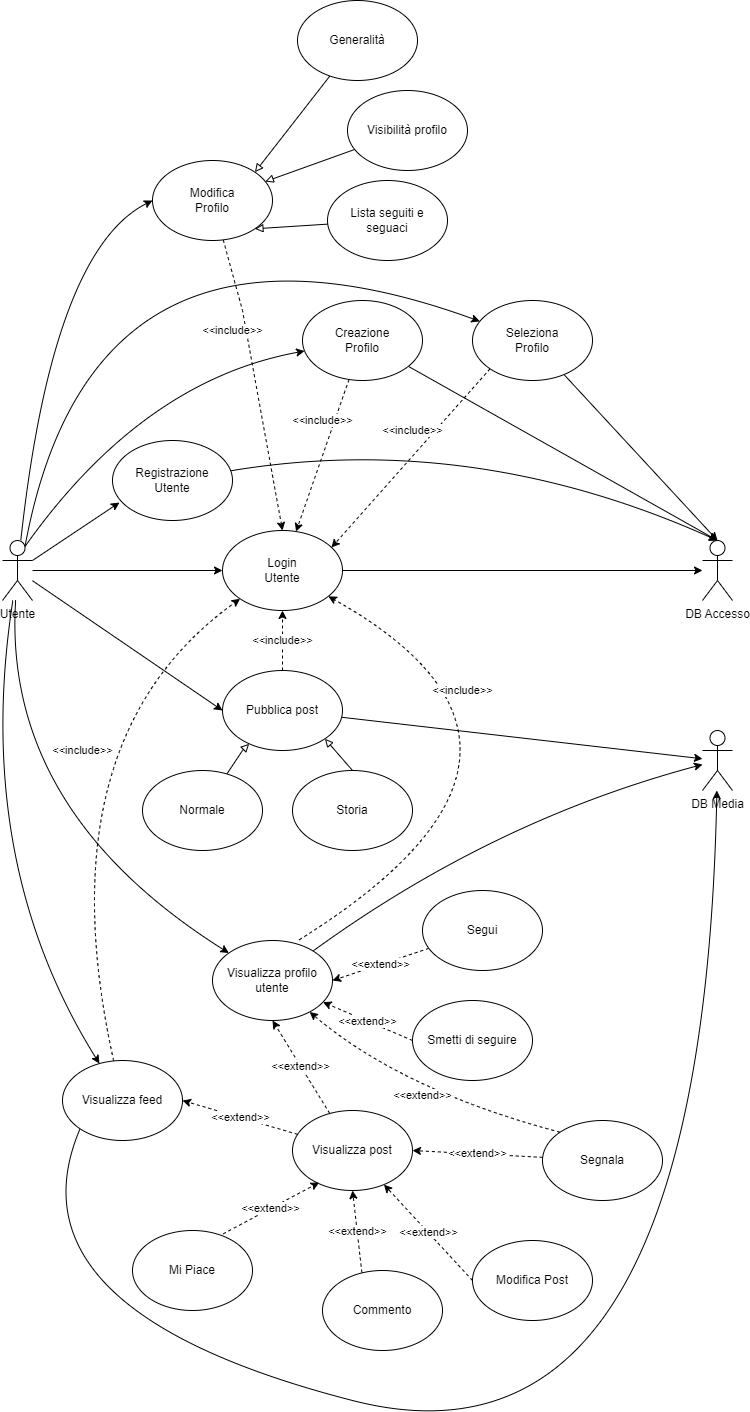
sergiostefanizzi/socialMicroservicesDocs keeps this draw.io diagram as docs/use_case_social_user.png. Above is the earlier version. Source tidied: cells renumbered, new cells last; positions are measured from the earlier drawing's top-left corner, leaving out a move shared by most shapes. The source it was exported from:
```xml
<mxGraphModel>
  <root>
    <mxCell id="0" />
    <mxCell id="1" parent="0" />
    <mxCell id="2" style="rounded=0;jettySize=auto;html=1;" parent="1" edge="1" source="10" target="12">
      <mxGeometry relative="1" as="geometry" />
    </mxCell>
    <mxCell id="3" style="jettySize=auto;html=1;entryX=0;entryY=0.5;entryDx=0;entryDy=0;curved=1;" parent="1" edge="1" source="10" target="17">
      <mxGeometry relative="1" as="geometry">
        <Array as="points">
          <mxPoint x="80" y="250" />
        </Array>
      </mxGeometry>
    </mxCell>
    <mxCell id="4" style="rounded=0;jettySize=auto;html=1;entryX=0;entryY=0.5;entryDx=0;entryDy=0;" parent="1" edge="1" source="10" target="26">
      <mxGeometry relative="1" as="geometry" />
    </mxCell>
    <mxCell id="5" style="jettySize=auto;html=1;curved=1;" parent="1" edge="1" source="10" target="33">
      <mxGeometry relative="1" as="geometry">
        <Array as="points">
          <mxPoint x="30" y="810" />
        </Array>
      </mxGeometry>
    </mxCell>
    <mxCell id="6" style="jettySize=auto;html=1;curved=1;" parent="1" edge="1" source="10" target="41">
      <mxGeometry relative="1" as="geometry">
        <Array as="points">
          <mxPoint y="860" />
        </Array>
      </mxGeometry>
    </mxCell>
    <mxCell id="7" style="rounded=0;jettySize=auto;html=1;entryX=0.058;entryY=0.775;entryDx=0;entryDy=0;entryPerimeter=0;" parent="1" edge="1" source="10" target="14">
      <mxGeometry relative="1" as="geometry" />
    </mxCell>
    <mxCell id="8" style="jettySize=auto;html=1;exitX=0.75;exitY=0.1;exitDx=0;exitDy=0;exitPerimeter=0;curved=1;" parent="1" edge="1" source="10" target="56">
      <mxGeometry relative="1" as="geometry">
        <Array as="points">
          <mxPoint x="170" y="380" />
        </Array>
      </mxGeometry>
    </mxCell>
    <mxCell id="9" style="jettySize=auto;html=1;exitX=0.75;exitY=0.1;exitDx=0;exitDy=0;exitPerimeter=0;curved=1;" parent="1" edge="1" source="10" target="59">
      <mxGeometry relative="1" as="geometry">
        <Array as="points">
          <mxPoint x="120" y="180" />
        </Array>
      </mxGeometry>
    </mxCell>
    <mxCell id="10" value="Utente" style="shape=umlActor;verticalLabelPosition=bottom;verticalAlign=top;html=1;outlineConnect=0;" parent="1" vertex="1">
      <mxGeometry x="30" y="540" width="30" height="60" as="geometry" />
    </mxCell>
    <mxCell id="11" style="edgeStyle=orthogonalEdgeStyle;rounded=0;jettySize=auto;html=1;" parent="1" edge="1" source="12" target="15">
      <mxGeometry relative="1" as="geometry" />
    </mxCell>
    <mxCell id="12" value="Login&lt;br&gt;Utente" style="ellipse;whiteSpace=wrap;html=1;" parent="1" vertex="1">
      <mxGeometry x="250" y="530" width="120" height="80" as="geometry" />
    </mxCell>
    <mxCell id="13" style="jettySize=auto;html=1;entryX=0.5;entryY=0;entryDx=0;entryDy=0;entryPerimeter=0;curved=1;" parent="1" edge="1" source="14" target="15">
      <mxGeometry relative="1" as="geometry">
        <Array as="points">
          <mxPoint x="500" y="430" />
        </Array>
      </mxGeometry>
    </mxCell>
    <mxCell id="14" value="Registrazione&lt;br&gt;Utente" style="ellipse;whiteSpace=wrap;html=1;" parent="1" vertex="1">
      <mxGeometry x="140" y="440" width="120" height="80" as="geometry" />
    </mxCell>
    <mxCell id="15" value="DB Accesso" style="shape=umlActor;verticalLabelPosition=bottom;verticalAlign=top;html=1;outlineConnect=0;" parent="1" vertex="1">
      <mxGeometry x="730" y="540" width="30" height="60" as="geometry" />
    </mxCell>
    <mxCell id="16" value="&amp;lt;&amp;lt;include&amp;gt;&amp;gt;" style="rounded=0;jettySize=auto;html=1;dashed=1;entryX=0.5;entryY=0;entryDx=0;entryDy=0;" parent="1" edge="1" source="17" target="12">
      <mxGeometry x="-0.39" y="-13" relative="1" as="geometry">
        <Array as="points">
          <mxPoint x="270" y="310" />
        </Array>
      </mxGeometry>
    </mxCell>
    <mxCell id="17" value="Modifica&lt;br&gt;Profilo" style="ellipse;whiteSpace=wrap;html=1;" parent="1" vertex="1">
      <mxGeometry x="180" y="160" width="120" height="80" as="geometry" />
    </mxCell>
    <mxCell id="18" style="rounded=0;jettySize=auto;html=1;entryX=1;entryY=0;entryDx=0;entryDy=0;endArrow=block;endFill=0;" parent="1" edge="1" source="19" target="17">
      <mxGeometry relative="1" as="geometry" />
    </mxCell>
    <mxCell id="19" value="Generalità" style="ellipse;whiteSpace=wrap;html=1;" parent="1" vertex="1">
      <mxGeometry x="325" width="120" height="80" as="geometry" />
    </mxCell>
    <mxCell id="20" style="rounded=0;jettySize=auto;html=1;endArrow=block;endFill=0;" parent="1" edge="1" source="21" target="17">
      <mxGeometry relative="1" as="geometry" />
    </mxCell>
    <mxCell id="21" value="Visibilità profilo" style="ellipse;whiteSpace=wrap;html=1;" parent="1" vertex="1">
      <mxGeometry x="375" y="90" width="120" height="80" as="geometry" />
    </mxCell>
    <mxCell id="22" style="rounded=0;jettySize=auto;html=1;entryX=1;entryY=1;entryDx=0;entryDy=0;endArrow=block;endFill=0;" parent="1" edge="1" source="23" target="17">
      <mxGeometry relative="1" as="geometry" />
    </mxCell>
    <mxCell id="23" value="Lista seguiti e seguaci" style="ellipse;whiteSpace=wrap;html=1;" parent="1" vertex="1">
      <mxGeometry x="355" y="180" width="120" height="80" as="geometry" />
    </mxCell>
    <mxCell id="24" value="&amp;lt;&amp;lt;include&amp;gt;&amp;gt;" style="rounded=0;jettySize=auto;html=1;entryX=0.5;entryY=1;entryDx=0;entryDy=0;dashed=1;" parent="1" edge="1" source="26" target="12">
      <mxGeometry relative="1" as="geometry" />
    </mxCell>
    <mxCell id="25" style="rounded=0;jettySize=auto;html=1;" parent="1" edge="1" source="26" target="31">
      <mxGeometry relative="1" as="geometry" />
    </mxCell>
    <mxCell id="26" value="Pubblica post" style="ellipse;whiteSpace=wrap;html=1;" parent="1" vertex="1">
      <mxGeometry x="250" y="670" width="120" height="80" as="geometry" />
    </mxCell>
    <mxCell id="27" style="rounded=0;jettySize=auto;html=1;endArrow=block;endFill=0;" parent="1" edge="1" source="28" target="26">
      <mxGeometry relative="1" as="geometry">
        <Array as="points">
          <mxPoint x="270" y="750" />
        </Array>
      </mxGeometry>
    </mxCell>
    <mxCell id="28" value="Normale" style="ellipse;whiteSpace=wrap;html=1;" parent="1" vertex="1">
      <mxGeometry x="170" y="770" width="120" height="80" as="geometry" />
    </mxCell>
    <mxCell id="29" style="rounded=0;jettySize=auto;html=1;exitX=0.5;exitY=0;exitDx=0;exitDy=0;entryX=1;entryY=1;entryDx=0;entryDy=0;endArrow=block;endFill=0;" parent="1" edge="1" source="30" target="26">
      <mxGeometry relative="1" as="geometry" />
    </mxCell>
    <mxCell id="30" value="Storia" style="ellipse;whiteSpace=wrap;html=1;" parent="1" vertex="1">
      <mxGeometry x="320" y="770" width="120" height="80" as="geometry" />
    </mxCell>
    <mxCell id="31" value="DB Media" style="shape=umlActor;verticalLabelPosition=bottom;verticalAlign=top;html=1;outlineConnect=0;" parent="1" vertex="1">
      <mxGeometry x="730" y="730" width="30" height="60" as="geometry" />
    </mxCell>
    <mxCell id="32" style="jettySize=auto;html=1;curved=1;" parent="1" edge="1" source="33" target="31">
      <mxGeometry relative="1" as="geometry">
        <Array as="points">
          <mxPoint x="520" y="820" />
        </Array>
      </mxGeometry>
    </mxCell>
    <mxCell id="33" value="Visualizza profilo utente" style="ellipse;whiteSpace=wrap;html=1;" parent="1" vertex="1">
      <mxGeometry x="240" y="940" width="120" height="80" as="geometry" />
    </mxCell>
    <mxCell id="34" value="&amp;lt;&amp;lt;extend&amp;gt;&amp;gt;" style="rounded=0;jettySize=auto;html=1;entryX=1;entryY=0.5;entryDx=0;entryDy=0;dashed=1;" parent="1" edge="1" source="36" target="33">
      <mxGeometry relative="1" as="geometry" />
    </mxCell>
    <mxCell id="35" value="&amp;lt;&amp;lt;include&amp;gt;&amp;gt;" style="jettySize=auto;html=1;dashed=1;curved=1;exitX=0.722;exitY=-0.008;exitDx=0;exitDy=0;exitPerimeter=0;" parent="1" edge="1" source="33" target="12">
      <mxGeometry x="0.51" y="16" relative="1" as="geometry">
        <Array as="points">
          <mxPoint x="630" y="750" />
        </Array>
      </mxGeometry>
    </mxCell>
    <mxCell id="36" value="Segui" style="ellipse;whiteSpace=wrap;html=1;" parent="1" vertex="1">
      <mxGeometry x="450" y="890" width="120" height="80" as="geometry" />
    </mxCell>
    <mxCell id="37" value="&amp;lt;&amp;lt;extend&amp;gt;&amp;gt;" style="rounded=0;jettySize=auto;html=1;exitX=0;exitY=0.5;exitDx=0;exitDy=0;dashed=1;" parent="1" edge="1" source="38" target="33">
      <mxGeometry relative="1" as="geometry" />
    </mxCell>
    <mxCell id="38" value="Smetti di seguire" style="ellipse;whiteSpace=wrap;html=1;" parent="1" vertex="1">
      <mxGeometry x="440" y="1000" width="120" height="80" as="geometry" />
    </mxCell>
    <mxCell id="39" value="&amp;lt;&amp;lt;include&amp;gt;&amp;gt;" style="jettySize=auto;html=1;entryX=0;entryY=1;entryDx=0;entryDy=0;dashed=1;curved=1;" parent="1" edge="1" source="41" target="12">
      <mxGeometry x="0.24" y="-31" relative="1" as="geometry">
        <Array as="points">
          <mxPoint x="70" y="740" />
        </Array>
      </mxGeometry>
    </mxCell>
    <mxCell id="40" style="jettySize=auto;html=1;strokeColor=default;curved=1;exitX=0;exitY=1;exitDx=0;exitDy=0;" parent="1" edge="1" source="41" target="31">
      <mxGeometry relative="1" as="geometry">
        <Array as="points">
          <mxPoint x="30" y="1310" />
          <mxPoint x="730" y="1490" />
        </Array>
      </mxGeometry>
    </mxCell>
    <mxCell id="41" value="Visualizza feed" style="ellipse;whiteSpace=wrap;html=1;" parent="1" vertex="1">
      <mxGeometry x="90" y="1060" width="120" height="80" as="geometry" />
    </mxCell>
    <mxCell id="42" value="&amp;lt;&amp;lt;extend&amp;gt;&amp;gt;" style="rounded=0;jettySize=auto;html=1;entryX=1;entryY=0.5;entryDx=0;entryDy=0;dashed=1;" parent="1" edge="1" source="44" target="41">
      <mxGeometry relative="1" as="geometry" />
    </mxCell>
    <mxCell id="43" value="&amp;lt;&amp;lt;extend&amp;gt;&amp;gt;" style="rounded=0;jettySize=auto;html=1;entryX=0.5;entryY=1;entryDx=0;entryDy=0;dashed=1;" parent="1" edge="1" source="44" target="33">
      <mxGeometry relative="1" as="geometry" />
    </mxCell>
    <mxCell id="44" value="Visualizza post" style="ellipse;whiteSpace=wrap;html=1;" parent="1" vertex="1">
      <mxGeometry x="320" y="1110" width="120" height="80" as="geometry" />
    </mxCell>
    <mxCell id="45" value="&amp;lt;&amp;lt;extend&amp;gt;&amp;gt;" style="rounded=0;jettySize=auto;html=1;exitX=0.756;exitY=0.042;exitDx=0;exitDy=0;entryX=0.222;entryY=0.9;entryDx=0;entryDy=0;entryPerimeter=0;strokeColor=default;endArrow=classic;endFill=1;exitPerimeter=0;dashed=1;" parent="1" edge="1" source="46" target="44">
      <mxGeometry relative="1" as="geometry" />
    </mxCell>
    <mxCell id="46" value="Mi Piace" style="ellipse;whiteSpace=wrap;html=1;" parent="1" vertex="1">
      <mxGeometry x="160" y="1230" width="120" height="80" as="geometry" />
    </mxCell>
    <mxCell id="47" value="&amp;lt;&amp;lt;extend&amp;gt;&amp;gt;" style="rounded=0;jettySize=auto;html=1;exitX=0.328;exitY=0.025;exitDx=0;exitDy=0;entryX=0.5;entryY=1;entryDx=0;entryDy=0;endArrow=classic;endFill=1;exitPerimeter=0;dashed=1;" parent="1" edge="1" source="48" target="44">
      <mxGeometry relative="1" as="geometry" />
    </mxCell>
    <mxCell id="48" value="Commento" style="ellipse;whiteSpace=wrap;html=1;" parent="1" vertex="1">
      <mxGeometry x="350" y="1270" width="120" height="80" as="geometry" />
    </mxCell>
    <mxCell id="49" value="&amp;lt;&amp;lt;extend&amp;gt;&amp;gt;" style="rounded=0;jettySize=auto;html=1;entryX=1;entryY=0.5;entryDx=0;entryDy=0;dashed=1;" parent="1" edge="1" source="51" target="44">
      <mxGeometry relative="1" as="geometry" />
    </mxCell>
    <mxCell id="50" value="&amp;lt;&amp;lt;extend&amp;gt;&amp;gt;" style="jettySize=auto;html=1;exitX=0;exitY=0;exitDx=0;exitDy=0;dashed=1;curved=1;" parent="1" edge="1" source="51" target="33">
      <mxGeometry relative="1" as="geometry">
        <Array as="points">
          <mxPoint x="430" y="1090" />
        </Array>
      </mxGeometry>
    </mxCell>
    <mxCell id="51" value="Segnala" style="ellipse;whiteSpace=wrap;html=1;" parent="1" vertex="1">
      <mxGeometry x="570" y="1120" width="120" height="80" as="geometry" />
    </mxCell>
    <mxCell id="52" value="&amp;lt;&amp;lt;extend&amp;gt;&amp;gt;" style="rounded=0;jettySize=auto;html=1;exitX=0;exitY=0.5;exitDx=0;exitDy=0;dashed=1;" parent="1" edge="1" source="53" target="44">
      <mxGeometry relative="1" as="geometry" />
    </mxCell>
    <mxCell id="53" value="Modifica Post" style="ellipse;whiteSpace=wrap;html=1;" parent="1" vertex="1">
      <mxGeometry x="500" y="1240" width="120" height="80" as="geometry" />
    </mxCell>
    <mxCell id="54" style="rounded=0;jettySize=auto;html=1;entryX=0.5;entryY=0;entryDx=0;entryDy=0;entryPerimeter=0;" parent="1" edge="1" source="56" target="15">
      <mxGeometry relative="1" as="geometry" />
    </mxCell>
    <mxCell id="55" value="&amp;lt;&amp;lt;include&amp;gt;&amp;gt;" style="rounded=0;jettySize=auto;html=1;dashed=1;" parent="1" edge="1" source="56" target="12">
      <mxGeometry x="-0.41" y="-12" relative="1" as="geometry">
        <mxPoint y="1" as="offset" />
      </mxGeometry>
    </mxCell>
    <mxCell id="56" value="Creazione&lt;br&gt;Profilo" style="ellipse;whiteSpace=wrap;html=1;" parent="1" vertex="1">
      <mxGeometry x="330" y="300" width="120" height="80" as="geometry" />
    </mxCell>
    <mxCell id="57" style="rounded=0;jettySize=auto;html=1;entryX=0.5;entryY=0;entryDx=0;entryDy=0;entryPerimeter=0;" parent="1" edge="1" source="59" target="15">
      <mxGeometry relative="1" as="geometry" />
    </mxCell>
    <mxCell id="58" value="&amp;lt;&amp;lt;include&amp;gt;&amp;gt;" style="rounded=0;jettySize=auto;html=1;exitX=0;exitY=1;exitDx=0;exitDy=0;entryX=0.908;entryY=0.213;entryDx=0;entryDy=0;entryPerimeter=0;dashed=1;" parent="1" edge="1" source="59" target="12">
      <mxGeometry x="-0.18" y="-17" relative="1" as="geometry" />
    </mxCell>
    <mxCell id="59" value="Seleziona&lt;br&gt;Profilo" style="ellipse;whiteSpace=wrap;html=1;" parent="1" vertex="1">
      <mxGeometry x="500" y="300" width="120" height="80" as="geometry" />
    </mxCell>
  </root>
</mxGraphModel>
```
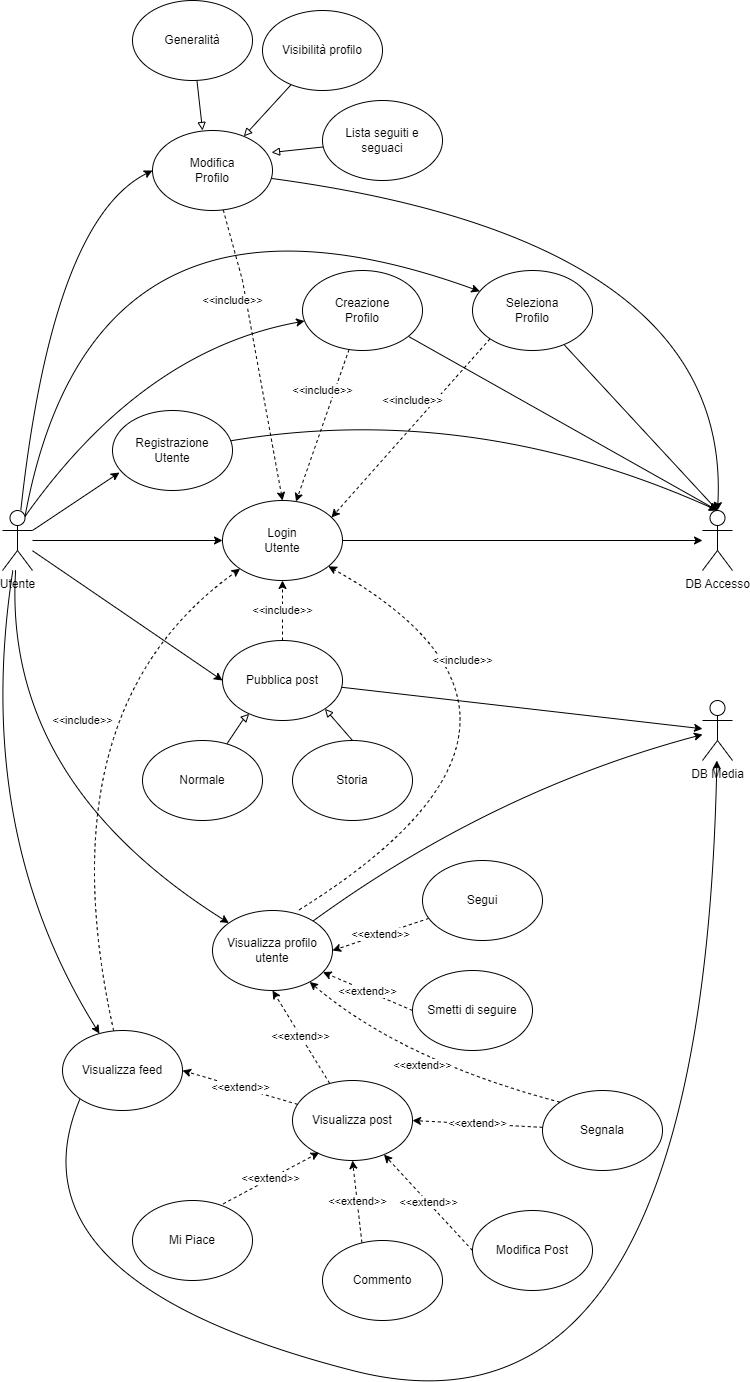
After the commit.

Diff of the diagram source:
```diff
@@ -75,26 +75,33 @@
         </Array>
       </mxGeometry>
     </mxCell>
+    <mxCell id="60" style="jettySize=auto;html=1;entryX=0.5;entryY=0;entryDx=0;entryDy=0;entryPerimeter=0;curved=1;" parent="1" edge="1" source="17" target="15">
+      <mxGeometry relative="1" as="geometry">
+        <Array as="points">
+          <mxPoint x="760" y="270" />
+        </Array>
+      </mxGeometry>
+    </mxCell>
     <mxCell id="17" value="Modifica&lt;br&gt;Profilo" style="ellipse;whiteSpace=wrap;html=1;" parent="1" vertex="1">
       <mxGeometry x="180" y="160" width="120" height="80" as="geometry" />
     </mxCell>
-    <mxCell id="18" style="rounded=0;jettySize=auto;html=1;entryX=1;entryY=0;entryDx=0;entryDy=0;endArrow=block;endFill=0;" parent="1" edge="1" source="19" target="17">
+    <mxCell id="18" style="rounded=0;jettySize=auto;html=1;entryX=0.417;entryY=0;entryDx=0;entryDy=0;endArrow=block;endFill=0;entryPerimeter=0;" parent="1" edge="1" source="19" target="17">
       <mxGeometry relative="1" as="geometry" />
     </mxCell>
     <mxCell id="19" value="Generalità" style="ellipse;whiteSpace=wrap;html=1;" parent="1" vertex="1">
-      <mxGeometry x="325" width="120" height="80" as="geometry" />
+      <mxGeometry x="160" y="30" width="120" height="80" as="geometry" />
     </mxCell>
     <mxCell id="20" style="rounded=0;jettySize=auto;html=1;endArrow=block;endFill=0;" parent="1" edge="1" source="21" target="17">
       <mxGeometry relative="1" as="geometry" />
     </mxCell>
     <mxCell id="21" value="Visibilità profilo" style="ellipse;whiteSpace=wrap;html=1;" parent="1" vertex="1">
-      <mxGeometry x="375" y="90" width="120" height="80" as="geometry" />
+      <mxGeometry x="290" y="40" width="120" height="80" as="geometry" />
     </mxCell>
-    <mxCell id="22" style="rounded=0;jettySize=auto;html=1;entryX=1;entryY=1;entryDx=0;entryDy=0;endArrow=block;endFill=0;" parent="1" edge="1" source="23" target="17">
+    <mxCell id="22" style="rounded=0;jettySize=auto;html=1;entryX=0.992;entryY=0.275;entryDx=0;entryDy=0;endArrow=block;endFill=0;entryPerimeter=0;" parent="1" edge="1" source="23" target="17">
       <mxGeometry relative="1" as="geometry" />
     </mxCell>
     <mxCell id="23" value="Lista seguiti e seguaci" style="ellipse;whiteSpace=wrap;html=1;" parent="1" vertex="1">
-      <mxGeometry x="355" y="180" width="120" height="80" as="geometry" />
+      <mxGeometry x="350" y="130" width="120" height="80" as="geometry" />
     </mxCell>
     <mxCell id="24" value="&amp;lt;&amp;lt;include&amp;gt;&amp;gt;" style="rounded=0;jettySize=auto;html=1;entryX=0.5;entryY=1;entryDx=0;entryDy=0;dashed=1;" parent="1" edge="1" source="26" target="12">
       <mxGeometry relative="1" as="geometry" />
```
